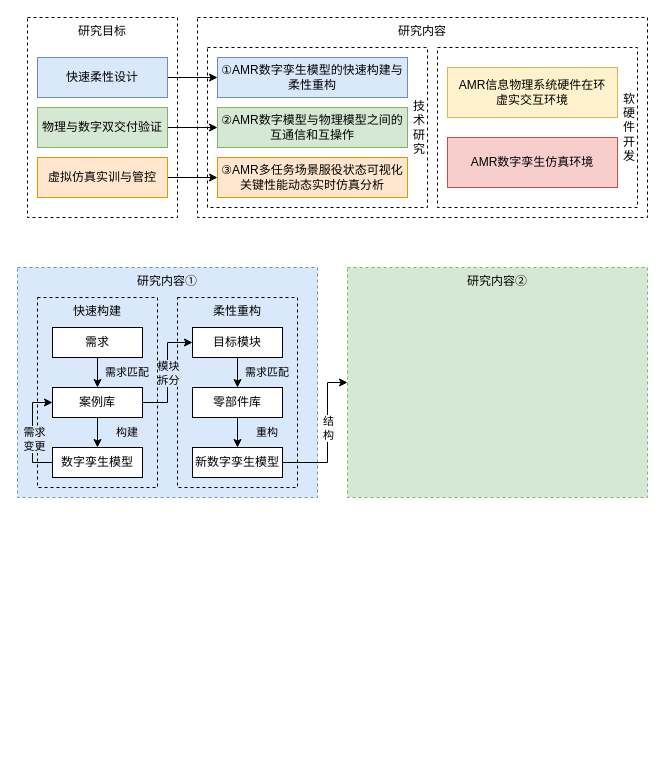
Above: 开题报告.drawio in lilingkang/drawio-files (draw.io), before the change. Source tidied: cells renumbered, new cells numbered last; positions are measured from the earlier drawing's top-left corner, leaving out a move shared by most shapes. Both pictures are drawn from the tidied source at 100%, with x=0, y=0 at pixel (17, 17). Pictures stored in the file or linked from it are replaced by grey dashed boxes.
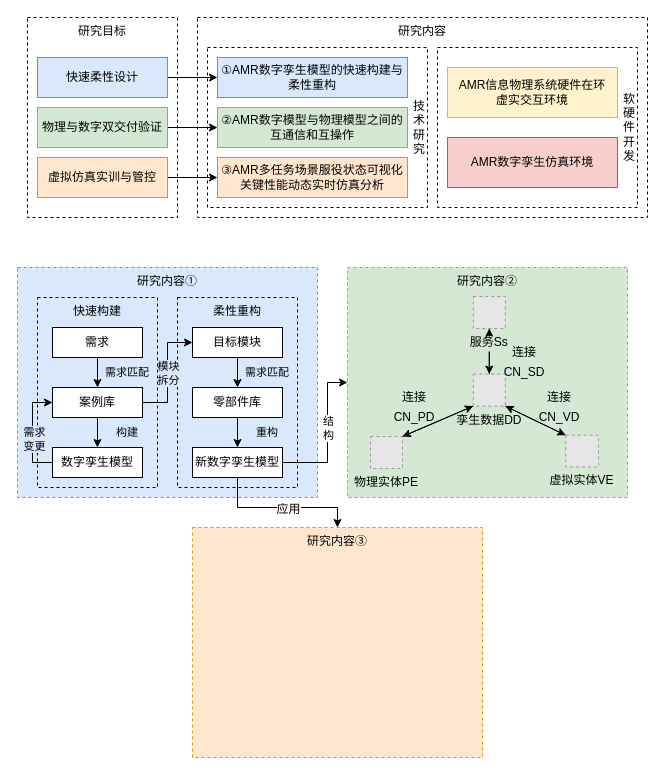
Above is the later version.

Commit message:
更新开题报告.drawio

The change refers to these unchanged cells:
```xml
<mxCell id="37" value="新数字孪生模型" style="rounded=0;whiteSpace=wrap;html=1;fontFamily=Helvetica;fontSize=12;fillColor=default;" parent="1" vertex="1">
  <mxGeometry x="175" y="430" width="90" height="30" as="geometry" />
</mxCell>
```

What changed in the source:
```diff
@@
+    <mxCell id="41" style="edgeStyle=orthogonalEdgeStyle;rounded=0;jettySize=auto;html=1;entryX=0.5;entryY=0;entryDx=0;entryDy=0;fontFamily=Helvetica;fontSize=12;" parent="1" edge="1" source="37" target="57">
+      <mxGeometry relative="1" as="geometry">
+        <Array as="points">
+          <mxPoint x="220" y="490" />
+          <mxPoint x="320" y="490" />
+        </Array>
+      </mxGeometry>
+    </mxCell>
+    <mxCell id="42" value="应用" style="edgeLabel;html=1;align=center;verticalAlign=middle;fontSize=12;fontFamily=Helvetica;" parent="41" vertex="1">
+      <mxGeometry x="0.17" y="-1" relative="1" as="geometry">
+        <mxPoint x="-8" as="offset" />
+      </mxGeometry>
+    </mxCell>
@@
     <mxCell id="40" value="研究内容②" style="rounded=0;whiteSpace=wrap;html=1;dashed=1;fontFamily=Helvetica;fontSize=12;fillColor=#d5e8d4;verticalAlign=top;strokeColor=#82b366;" parent="1" vertex="1">
-      <mxGeometry x="330" y="250" width="300" height="230" as="geometry" />
+      <mxGeometry x="330" y="250" width="280" height="230" as="geometry" />
     </mxCell>
+    <mxCell id="43" style="group;" parent="1" vertex="1">
+      <mxGeometry x="353" y="279" width="254" height="181" as="geometry" />
+    </mxCell>
+    <mxCell id="44" value="物理实体PE" style="fillColor=#E6E6E6;strokeColor=#999999;dashed=1;verticalLabelPosition=bottom;verticalAlign=top;fontStyle=0;fontSize=12;" parent="43" vertex="1">
+      <mxGeometry y="140" width="32" height="32" as="geometry" />
+    </mxCell>
+    <mxCell id="45" style="edgeStyle=none;rounded=0;jettySize=auto;html=1;exitX=0;exitY=1;exitDx=0;exitDy=0;entryX=1;entryY=0;entryDx=0;entryDy=0;fontSize=16;" parent="43" edge="1" source="46" target="44">
+      <mxGeometry relative="1" as="geometry" />
+    </mxCell>
+    <mxCell id="46" value="孪生数据DD" style="fillColor=#E6E6E6;strokeColor=#999999;dashed=1;verticalLabelPosition=bottom;verticalAlign=top;fontSize=12;" parent="43" vertex="1">
+      <mxGeometry x="102.8" y="77.6" width="32" height="32" as="geometry" />
+    </mxCell>
+    <mxCell id="47" style="rounded=0;jettySize=auto;html=1;exitX=1;exitY=0;exitDx=0;exitDy=0;entryX=0;entryY=1;entryDx=0;entryDy=0;fontSize=16;" parent="43" edge="1" source="44" target="46">
+      <mxGeometry relative="1" as="geometry" />
+    </mxCell>
+    <mxCell id="48" style="edgeStyle=none;rounded=0;jettySize=auto;html=1;exitX=0;exitY=0;exitDx=0;exitDy=0;entryX=1;entryY=1;entryDx=0;entryDy=0;fontSize=16;" parent="43" edge="1" source="49" target="46">
+      <mxGeometry relative="1" as="geometry" />
+    </mxCell>
+    <mxCell id="49" value="虚拟实体VE" style="fillColor=#E6E6E6;strokeColor=#999999;dashed=1;verticalLabelPosition=bottom;labelBackgroundColor=none;verticalAlign=top;fontSize=12;" parent="43" vertex="1">
+      <mxGeometry x="195.2" y="138.7" width="32.8" height="31.7" as="geometry" />
+    </mxCell>
+    <mxCell id="50" style="edgeStyle=none;rounded=0;jettySize=auto;html=1;exitX=1;exitY=1;exitDx=0;exitDy=0;entryX=0;entryY=0;entryDx=0;entryDy=0;fontSize=16;" parent="43" edge="1" source="46" target="49">
+      <mxGeometry relative="1" as="geometry" />
+    </mxCell>
+    <mxCell id="51" style="edgeStyle=none;rounded=0;jettySize=auto;html=1;exitX=0.5;exitY=1;exitDx=0;exitDy=0;entryX=0.5;entryY=0;entryDx=0;entryDy=0;fontSize=16;" parent="43" edge="1" source="53" target="46">
+      <mxGeometry relative="1" as="geometry" />
+    </mxCell>
+    <mxCell id="52" style="edgeStyle=none;rounded=0;jettySize=auto;html=1;fontSize=16;" parent="43" edge="1" source="46" target="53">
+      <mxGeometry relative="1" as="geometry" />
+    </mxCell>
+    <mxCell id="53" value="服务Ss" style="fillColor=#E6E6E6;strokeColor=#999999;dashed=1;verticalLabelPosition=bottom;labelBackgroundColor=#d5e8d4;verticalAlign=top;fontSize=12;" parent="43" vertex="1">
+      <mxGeometry x="102.8" width="32" height="32" as="geometry" />
+    </mxCell>
+    <mxCell id="54" value="&lt;font style=&quot;font-size: 12px;&quot;&gt;连接CN_PD&lt;/font&gt;" style="text;html=1;strokeColor=none;fillColor=none;align=center;verticalAlign=middle;whiteSpace=wrap;rounded=0;strokeWidth=1;fontSize=16;" parent="43" vertex="1">
+      <mxGeometry x="27" y="102.6" width="34.4" height="12.3" as="geometry" />
+    </mxCell>
+    <mxCell id="55" value="&lt;font style=&quot;font-size: 12px;&quot;&gt;连接CN_VD&lt;/font&gt;" style="text;html=1;strokeColor=none;fillColor=none;align=center;verticalAlign=middle;whiteSpace=wrap;rounded=0;strokeWidth=1;fontSize=16;" parent="43" vertex="1">
+      <mxGeometry x="171.6" y="102.6" width="34.4" height="12.3" as="geometry" />
+    </mxCell>
+    <mxCell id="56" value="&lt;font style=&quot;font-size: 12px;&quot;&gt;连接CN_SD&lt;/font&gt;" style="text;html=1;strokeColor=none;fillColor=none;align=center;verticalAlign=middle;whiteSpace=wrap;rounded=0;strokeWidth=1;fontSize=16;" parent="43" vertex="1">
+      <mxGeometry x="137.2" y="57.9" width="34.4" height="12.3" as="geometry" />
+    </mxCell>
+    <mxCell id="57" value="研究内容③" style="rounded=0;whiteSpace=wrap;html=1;dashed=1;fontFamily=Helvetica;fontSize=12;fillColor=#ffe6cc;verticalAlign=top;strokeColor=#d79b00;" parent="1" vertex="1">
+      <mxGeometry x="175" y="510" width="290" height="230" as="geometry" />
+    </mxCell>
```
